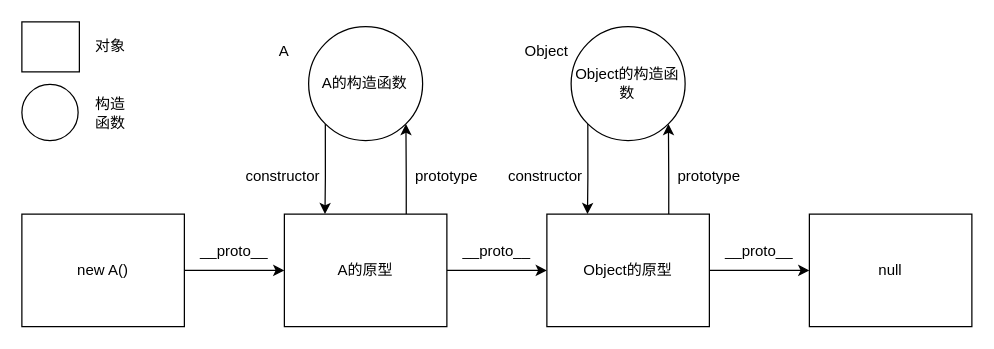
Earlier version of the draw.io diagram assets/drawio/001-1.drawio (yefeiwarbler/web-interview). Source tidied: cells renumbered, new cells numbered last; positions are measured from the earlier drawing's top-left corner, leaving out a move shared by most shapes. Both pictures are drawn from the tidied source at 125%, with x=0, y=0 at pixel (21, 21).
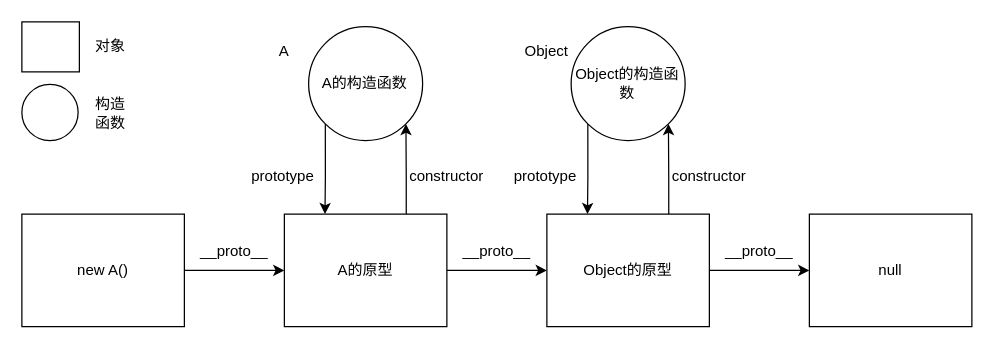
After the change.

Change to the diagram source:
```diff
@@
-    <mxCell id="5" value="prototype" style="text;html=1;strokeColor=none;fillColor=none;align=center;verticalAlign=middle;whiteSpace=wrap;rounded=0;" parent="1" vertex="1">
+    <mxCell id="5" value="constructor" style="text;html=1;strokeColor=none;fillColor=none;align=center;verticalAlign=middle;whiteSpace=wrap;rounded=0;" parent="1" vertex="1">
       <mxGeometry x="320" y="113.8" width="40" height="20" as="geometry" />
     </mxCell>
-    <mxCell id="6" value="constructor" style="text;html=1;strokeColor=none;fillColor=none;align=center;verticalAlign=middle;whiteSpace=wrap;rounded=0;" parent="1" vertex="1">
+    <mxCell id="6" value="prototype" style="text;html=1;strokeColor=none;fillColor=none;align=center;verticalAlign=middle;whiteSpace=wrap;rounded=0;" parent="1" vertex="1">
       <mxGeometry x="189.4" y="113.8" width="40" height="20" as="geometry" />
     </mxCell>
@@
-    <mxCell id="22" value="prototype" style="text;html=1;strokeColor=none;fillColor=none;align=center;verticalAlign=middle;whiteSpace=wrap;rounded=0;" parent="1" vertex="1">
+    <mxCell id="22" value="constructor" style="text;html=1;strokeColor=none;fillColor=none;align=center;verticalAlign=middle;whiteSpace=wrap;rounded=0;" parent="1" vertex="1">
       <mxGeometry x="530" y="113.8" width="40" height="20" as="geometry" />
     </mxCell>
-    <mxCell id="23" value="constructor" style="text;html=1;strokeColor=none;fillColor=none;align=center;verticalAlign=middle;whiteSpace=wrap;rounded=0;" parent="1" vertex="1">
+    <mxCell id="23" value="prototype" style="text;html=1;strokeColor=none;fillColor=none;align=center;verticalAlign=middle;whiteSpace=wrap;rounded=0;" parent="1" vertex="1">
       <mxGeometry x="399.4" y="113.8" width="40" height="20" as="geometry" />
     </mxCell>
```
